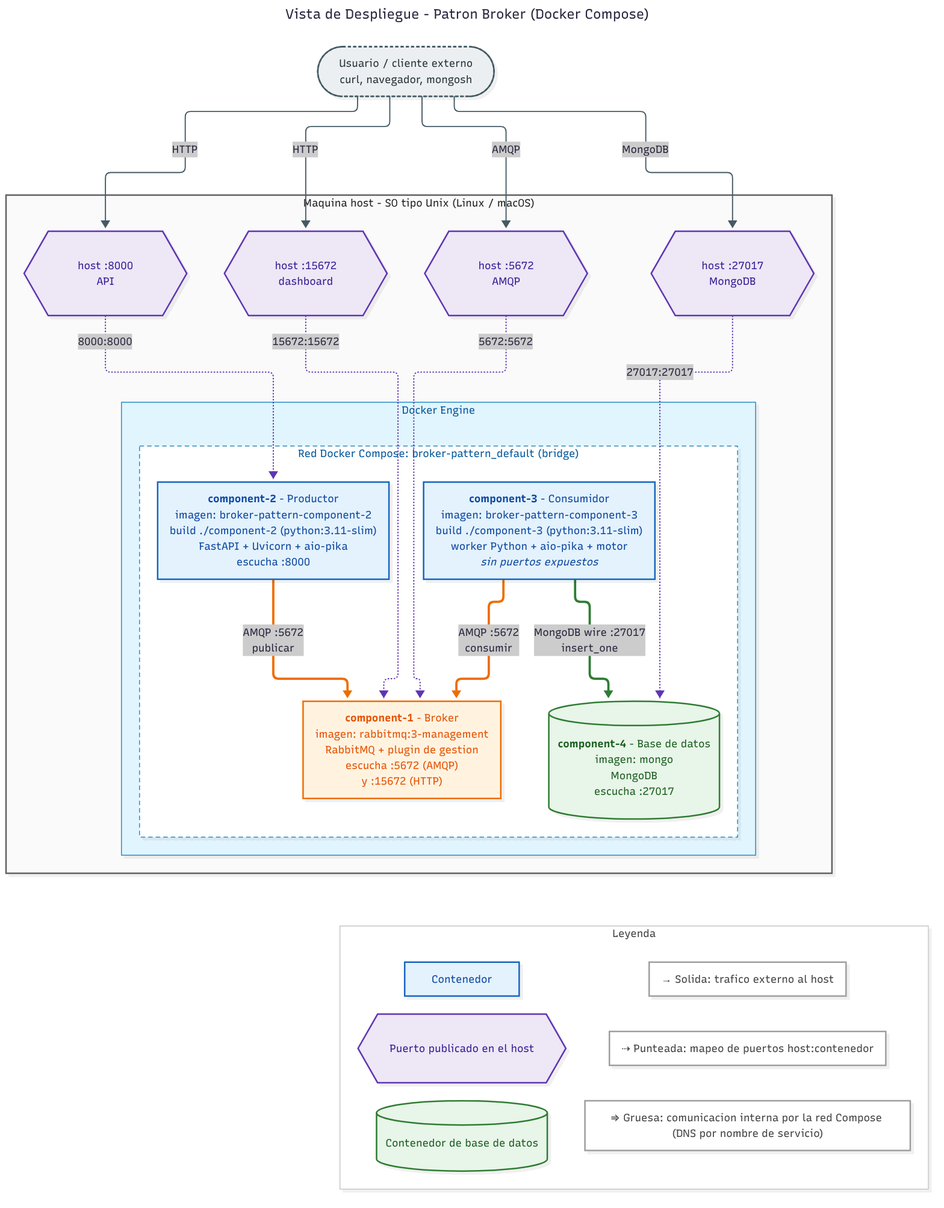
This is Lab4/diagramas/vista-despliegue.png from nicole1ariadna/Labs-Arquisoft, a Mermaid export, as it was before one commit. Its source is kept beside it as Lab4/diagramas/vista-despliegue.mmd.
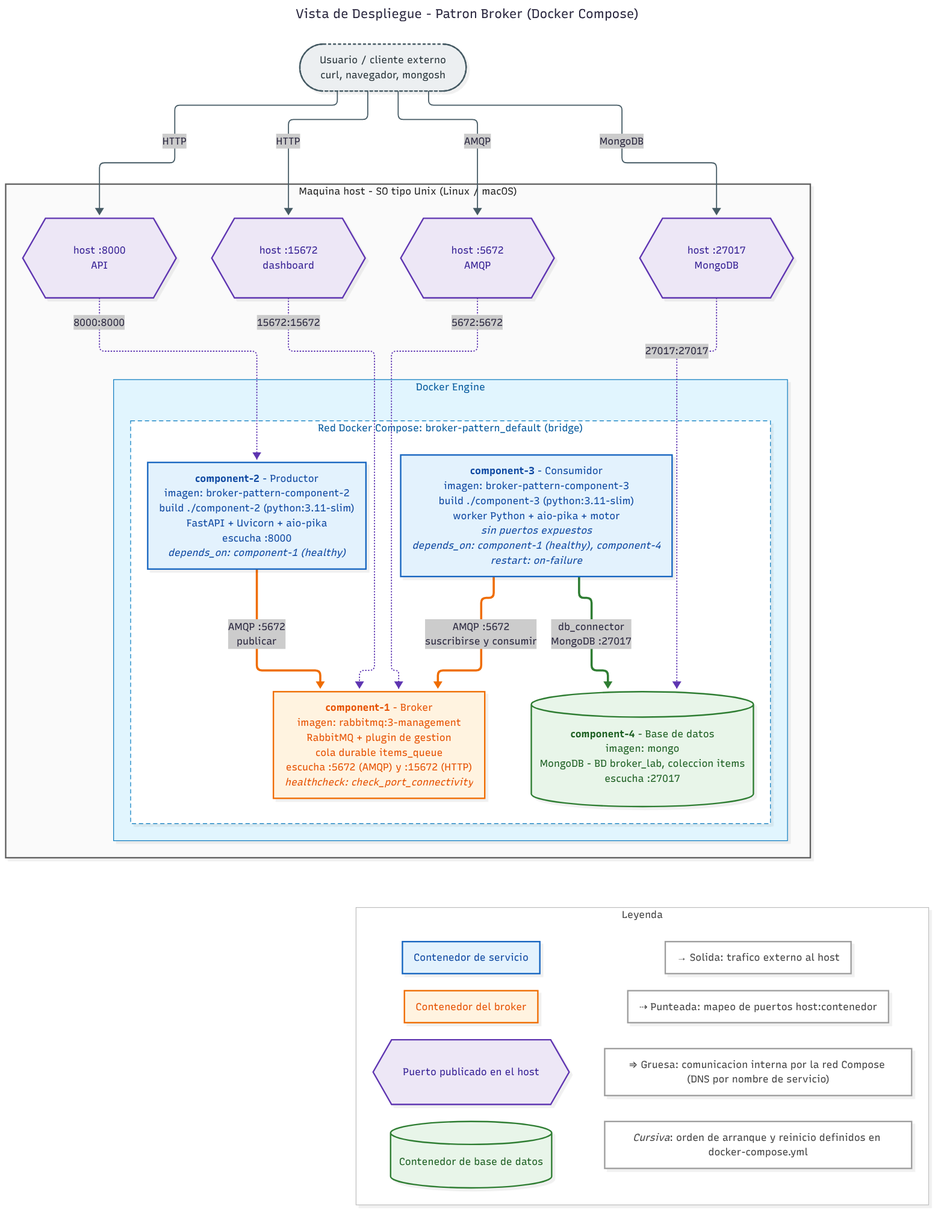
After the change.

Change to the diagram source:
```diff
@@ -17,10 +17,10 @@
 
         subgraph engine["Docker Engine"]
             subgraph red["Red Docker Compose: broker-pattern_default (bridge)"]
-                c2["<b>component-2</b> - Productor<br/>imagen: broker-pattern-component-2<br/>build ./component-2 (python:3.11-slim)<br/>FastAPI + Uvicorn + aio-pika<br/>escucha :8000"]
-                c1["<b>component-1</b> - Broker<br/>imagen: rabbitmq:3-management<br/>RabbitMQ + plugin de gestion<br/>escucha :5672 (AMQP)<br/>y :15672 (HTTP)"]
-                c3["<b>component-3</b> - Consumidor<br/>imagen: broker-pattern-component-3<br/>build ./component-3 (python:3.11-slim)<br/>worker Python + aio-pika + motor<br/><i>sin puertos expuestos</i>"]
-                c4[("<b>component-4</b> - Base de datos<br/>imagen: mongo<br/>MongoDB<br/>escucha :27017")]
+                c2["<b>component-2</b> - Productor<br/>imagen: broker-pattern-component-2<br/>build ./component-2 (python:3.11-slim)<br/>FastAPI + Uvicorn + aio-pika<br/>escucha :8000<br/><i>depends_on: component-1 (healthy)</i>"]
+                c1["<b>component-1</b> - Broker<br/>imagen: rabbitmq:3-management<br/>RabbitMQ + plugin de gestion<br/>cola durable items_queue<br/>escucha :5672 (AMQP) y :15672 (HTTP)<br/><i>healthcheck: check_port_connectivity</i>"]
+                c3["<b>component-3</b> - Consumidor<br/>imagen: broker-pattern-component-3<br/>build ./component-3 (python:3.11-slim)<br/>worker Python + aio-pika + motor<br/><i>sin puertos expuestos</i><br/><i>depends_on: component-1 (healthy), component-4</i><br/><i>restart: on-failure</i>"]
+                c4[("<b>component-4</b> - Base de datos<br/>imagen: mongo<br/>MongoDB - BD broker_lab, coleccion items<br/>escucha :27017")]
             end
         end
     end
@@ -36,18 +36,20 @@
     p27017 -. "27017:27017" .-> c4
 
     c2 == "AMQP :5672<br/>publicar" ==> c1
-    c3 == "AMQP :5672<br/>consumir" ==> c1
-    c3 == "MongoDB wire :27017<br/>insert_one" ==> c4
+    c3 == "AMQP :5672<br/>suscribirse y consumir" ==> c1
+    c3 == "db_connector<br/>MongoDB :27017" ==> c4
 
     subgraph leyenda["Leyenda"]
-        lc["Contenedor"]
+        lc["Contenedor de servicio"]
+        lk["Contenedor del broker"]
         lp{{"Puerto publicado en el host"}}
         ld[("Contenedor de base de datos")]
         le["#8594; Solida: trafico externo al host"]
         lm["#8674; Punteada: mapeo de puertos host:contenedor"]
         li["#8658; Gruesa: comunicacion interna por la red Compose (DNS por nombre de servicio)"]
-        lc ~~~ lp ~~~ ld
-        le ~~~ lm ~~~ li
+        lt["<i>Cursiva</i>: orden de arranque y reinicio definidos en docker-compose.yml"]
+        lc ~~~ lk ~~~ lp ~~~ ld
+        le ~~~ lm ~~~ li ~~~ lt
     end
 
     c4 ~~~ leyenda
@@ -61,10 +63,10 @@
 
     class usuario externo;
     class c2,c3,lc contenedor;
-    class c1 broker;
+    class c1,lk broker;
     class c4,ld bd;
     class p8000,p15672,p5672,p27017,lp puerto;
-    class le,lm,li nota;
+    class le,lm,li,lt nota;
 
     style host fill:#fafafa,stroke:#616161,color:#212121,stroke-width:2px;
     style engine fill:#e1f5fe,stroke:#0277bd,color:#01579b;
```
